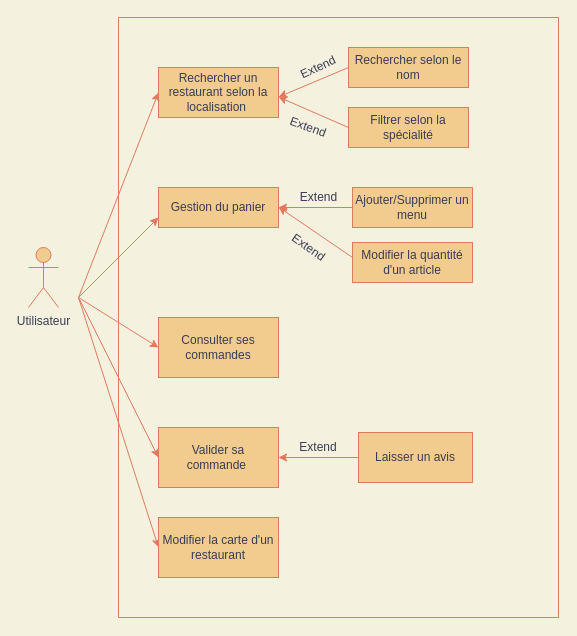
This is diagrammes/diagramme_utilisation_utilisateur.drawio from TheAIWizard/Ensaeats, a draw.io file, before an edit. Source tidied: cells renumbered, new cells numbered last; positions are measured from the earlier drawing's top-left corner, leaving out a move shared by most shapes. Both pictures are drawn from the tidied source at 100%, with x=0, y=0 at pixel (28, 17).
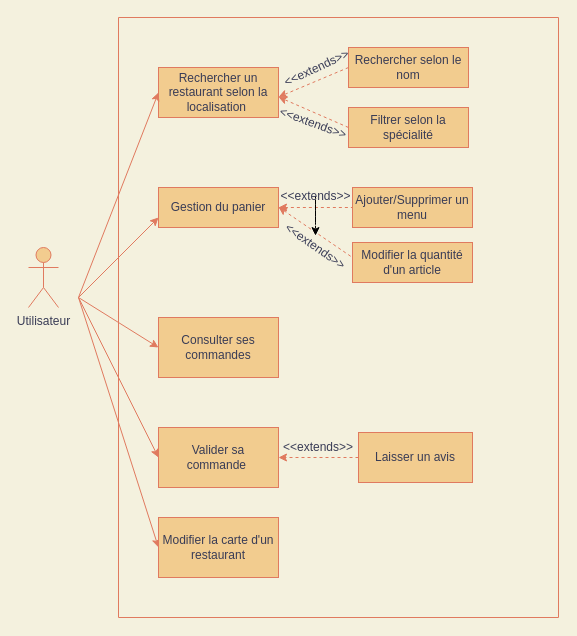
After the change.

The change refers to these unchanged cells:
```xml
<mxCell id="7" value="Rechercher selon le nom" style="rounded=0;whiteSpace=wrap;html=1;fillColor=#F2CC8F;strokeColor=#E07A5F;fontColor=#393C56;" parent="1" vertex="1">
  <mxGeometry x="320" y="30" width="120" height="40" as="geometry" />
</mxCell>
<mxCell id="8" value="Filtrer selon la spécialité" style="rounded=0;whiteSpace=wrap;html=1;fillColor=#F2CC8F;strokeColor=#E07A5F;fontColor=#393C56;" parent="1" vertex="1">
  <mxGeometry x="320" y="90" width="120" height="40" as="geometry" />
</mxCell>
<mxCell id="12" value="Ajouter/Supprimer un menu" style="rounded=0;whiteSpace=wrap;html=1;fillColor=#F2CC8F;strokeColor=#E07A5F;fontColor=#393C56;" parent="1" vertex="1">
  <mxGeometry x="324" y="170" width="120" height="40" as="geometry" />
</mxCell>
<mxCell id="19" value="Valider sa commande&amp;nbsp;" style="rounded=0;whiteSpace=wrap;html=1;fillColor=#F2CC8F;strokeColor=#E07A5F;fontColor=#393C56;" parent="1" vertex="1">
  <mxGeometry x="130" y="410" width="120" height="60" as="geometry" />
</mxCell>
<mxCell id="21" value="Laisser un avis" style="rounded=0;whiteSpace=wrap;html=1;fillColor=#F2CC8F;strokeColor=#E07A5F;fontColor=#393C56;" parent="1" vertex="1">
  <mxGeometry x="330" y="415" width="114" height="50" as="geometry" />
</mxCell>
```

What changed in the source:
```diff
@@
-    <mxCell id="11" style="endArrow=none;html=1;entryX=0;entryY=0.5;entryDx=0;entryDy=0;endFill=0;startArrow=classic;startFill=1;strokeColor=#E07A5F;fontColor=#393C56;labelBackgroundColor=#F4F1DE;" parent="1" edge="1" target="12">
+    <mxCell id="11" style="endArrow=none;html=1;entryX=0;entryY=0.5;entryDx=0;entryDy=0;endFill=0;startArrow=classic;startFill=1;strokeColor=#E07A5F;fontColor=#393C56;labelBackgroundColor=#F4F1DE;dashed=1;" parent="1" edge="1" target="12">
       <mxGeometry relative="1" as="geometry">
         <mxPoint x="250" y="190" as="sourcePoint" />
       </mxGeometry>
     </mxCell>
@@
-    <mxCell id="13" style="endArrow=none;html=1;startArrow=classic;startFill=1;endFill=0;strokeColor=#E07A5F;fontColor=#393C56;labelBackgroundColor=#F4F1DE;" parent="1" edge="1">
+    <mxCell id="13" style="endArrow=none;html=1;startArrow=classic;startFill=1;endFill=0;strokeColor=#E07A5F;fontColor=#393C56;labelBackgroundColor=#F4F1DE;dashed=1;" parent="1" edge="1">
       <mxGeometry relative="1" as="geometry">
         <mxPoint x="250" y="189.5" as="sourcePoint" />
         <mxPoint x="324" y="240" as="targetPoint" />
       </mxGeometry>
     </mxCell>
@@
+    <mxCell id="32" style="edgeStyle=orthogonalEdgeStyle;rounded=0;jettySize=auto;html=1;dashed=1;" parent="1" edge="1" source="15" target="16">
+      <mxGeometry relative="1" as="geometry" />
+    </mxCell>
-    <mxCell id="15" value="Extend" style="text;html=1;align=center;verticalAlign=middle;points=[];strokeColor=none;rotation=0;fontColor=#393C56;" parent="1" vertex="1">
-      <mxGeometry x="265" y="170" width="50" height="20" as="geometry" />
+    <mxCell id="15" value="&amp;lt;&amp;lt;extends&amp;gt;&amp;gt;" style="text;html=1;align=center;verticalAlign=middle;points=[];strokeColor=none;rotation=0;fontColor=#393C56;" parent="1" vertex="1">
+      <mxGeometry x="247" y="170" width="80" height="17" as="geometry" />
     </mxCell>
-    <mxCell id="16" value="Extend" style="text;html=1;align=center;verticalAlign=middle;points=[];strokeColor=none;rotation=35;fontColor=#393C56;" parent="1" vertex="1">
-      <mxGeometry x="255" y="220" width="50" height="20" as="geometry" />
+    <mxCell id="16" value="&amp;lt;&amp;lt;extends&amp;gt;&amp;gt;" style="text;html=1;align=center;verticalAlign=middle;points=[];strokeColor=none;rotation=35;fontColor=#393C56;" parent="1" vertex="1">
+      <mxGeometry x="247" y="220" width="80" height="17" as="geometry" />
     </mxCell>
@@
-    <mxCell id="20" style="endArrow=classic;html=1;entryX=1;entryY=0.5;entryDx=0;entryDy=0;exitX=0;exitY=0.5;exitDx=0;exitDy=0;strokeColor=#E07A5F;fontColor=#393C56;labelBackgroundColor=#F4F1DE;" parent="1" edge="1" source="21" target="19">
+    <mxCell id="20" style="endArrow=classic;html=1;entryX=1;entryY=0.5;entryDx=0;entryDy=0;exitX=0;exitY=0.5;exitDx=0;exitDy=0;strokeColor=#E07A5F;fontColor=#393C56;labelBackgroundColor=#F4F1DE;dashed=1;" parent="1" edge="1" source="21" target="19">
       <mxGeometry relative="1" as="geometry" />
     </mxCell>
@@
-    <mxCell id="22" value="Extend" style="text;html=1;strokeColor=none;fillColor=none;align=center;verticalAlign=middle;whiteSpace=wrap;rounded=0;fontColor=#393C56;" parent="1" vertex="1">
+    <mxCell id="22" value="&amp;lt;&amp;lt;extends&amp;gt;&amp;gt;" style="text;html=1;strokeColor=none;fillColor=none;align=center;verticalAlign=middle;whiteSpace=wrap;rounded=0;fontColor=#393C56;" parent="1" vertex="1">
       <mxGeometry x="270" y="420" width="40" height="20" as="geometry" />
     </mxCell>
@@
-    <mxCell id="25" style="endArrow=classic;html=1;entryX=1;entryY=0.5;entryDx=0;entryDy=0;exitX=0;exitY=0.5;exitDx=0;exitDy=0;strokeColor=#E07A5F;fontColor=#393C56;labelBackgroundColor=#F4F1DE;" parent="1" edge="1" source="7">
+    <mxCell id="25" style="endArrow=classic;html=1;entryX=1;entryY=0.5;entryDx=0;entryDy=0;exitX=0;exitY=0.5;exitDx=0;exitDy=0;strokeColor=#E07A5F;fontColor=#393C56;labelBackgroundColor=#F4F1DE;dashed=1;" parent="1" edge="1" source="7">
       <mxGeometry relative="1" as="geometry">
         <mxPoint x="250" y="79.5" as="targetPoint" />
       </mxGeometry>
     </mxCell>
-    <mxCell id="26" style="endArrow=classic;html=1;entryX=1;entryY=0.5;entryDx=0;entryDy=0;exitX=0;exitY=0.5;exitDx=0;exitDy=0;strokeColor=#E07A5F;fontColor=#393C56;labelBackgroundColor=#F4F1DE;" parent="1" edge="1" source="8">
+    <mxCell id="26" style="endArrow=classic;html=1;entryX=1;entryY=0.5;entryDx=0;entryDy=0;exitX=0;exitY=0.5;exitDx=0;exitDy=0;strokeColor=#E07A5F;fontColor=#393C56;labelBackgroundColor=#F4F1DE;dashed=1;" parent="1" edge="1" source="8">
       <mxGeometry relative="1" as="geometry">
         <mxPoint x="250" y="79.5" as="targetPoint" />
       </mxGeometry>
     </mxCell>
-    <mxCell id="27" value="Extend" style="text;html=1;strokeColor=none;fillColor=none;align=center;verticalAlign=middle;whiteSpace=wrap;rounded=0;rotation=-25;fontColor=#393C56;" parent="1" vertex="1">
+    <mxCell id="27" value="&amp;lt;&amp;lt;extends&amp;gt;&amp;gt;&amp;nbsp;" style="text;html=1;strokeColor=none;fillColor=none;align=center;verticalAlign=middle;whiteSpace=wrap;rounded=0;rotation=-25;fontColor=#393C56;" parent="1" vertex="1">
       <mxGeometry x="270" y="40" width="40" height="20" as="geometry" />
     </mxCell>
-    <mxCell id="28" value="Extend" style="text;html=1;strokeColor=none;fillColor=none;align=center;verticalAlign=middle;whiteSpace=wrap;rounded=0;rotation=20;fontColor=#393C56;" parent="1" vertex="1">
-      <mxGeometry x="260" y="100" width="40" height="20" as="geometry" />
+    <mxCell id="28" value="&amp;lt;&amp;lt;extends&amp;gt;&amp;gt;" style="text;html=1;strokeColor=none;fillColor=none;align=center;verticalAlign=middle;whiteSpace=wrap;rounded=0;rotation=20;fontColor=#393C56;" parent="1" vertex="1">
+      <mxGeometry x="265" y="96" width="40" height="20" as="geometry" />
     </mxCell>
```
